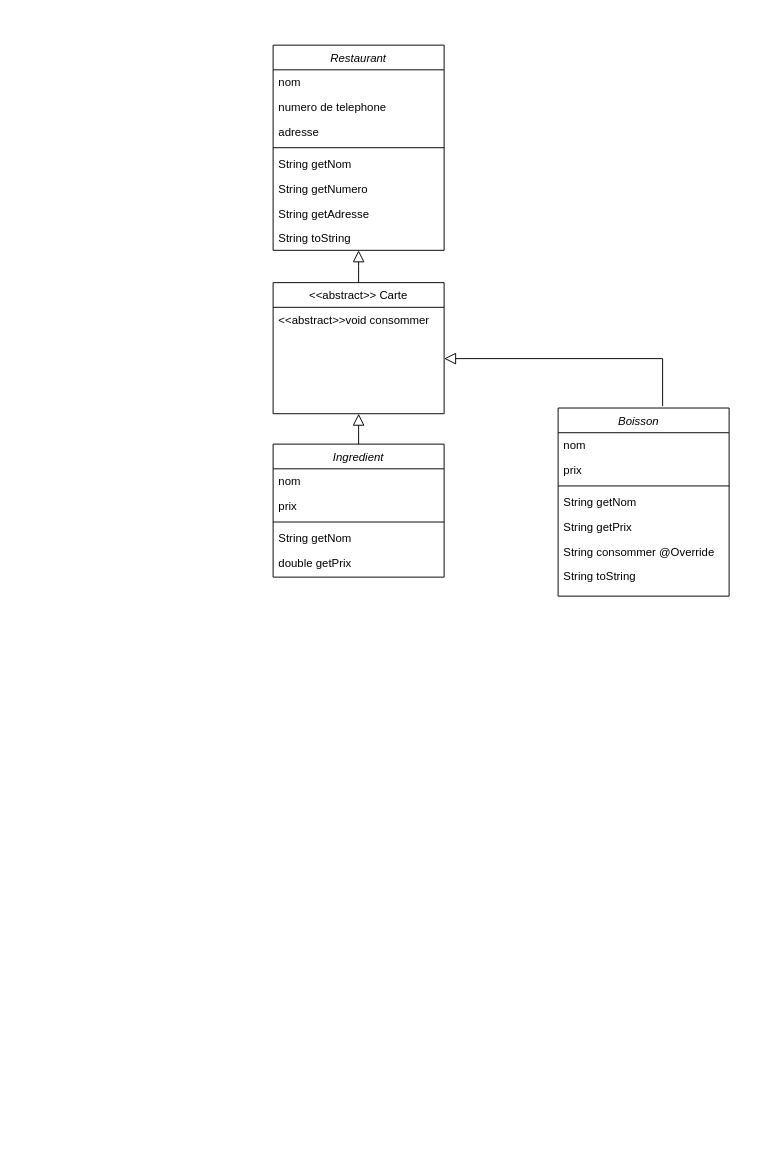
Above: Untitled Diagram.drawio in gadzana/gad1 (draw.io), before the change. Source tidied: cells renumbered, new cells numbered last; positions are measured from the earlier drawing's top-left corner, leaving out a move shared by most shapes. Both pictures are drawn from the tidied source at 95%, with x=0, y=0 at pixel (273, 45).
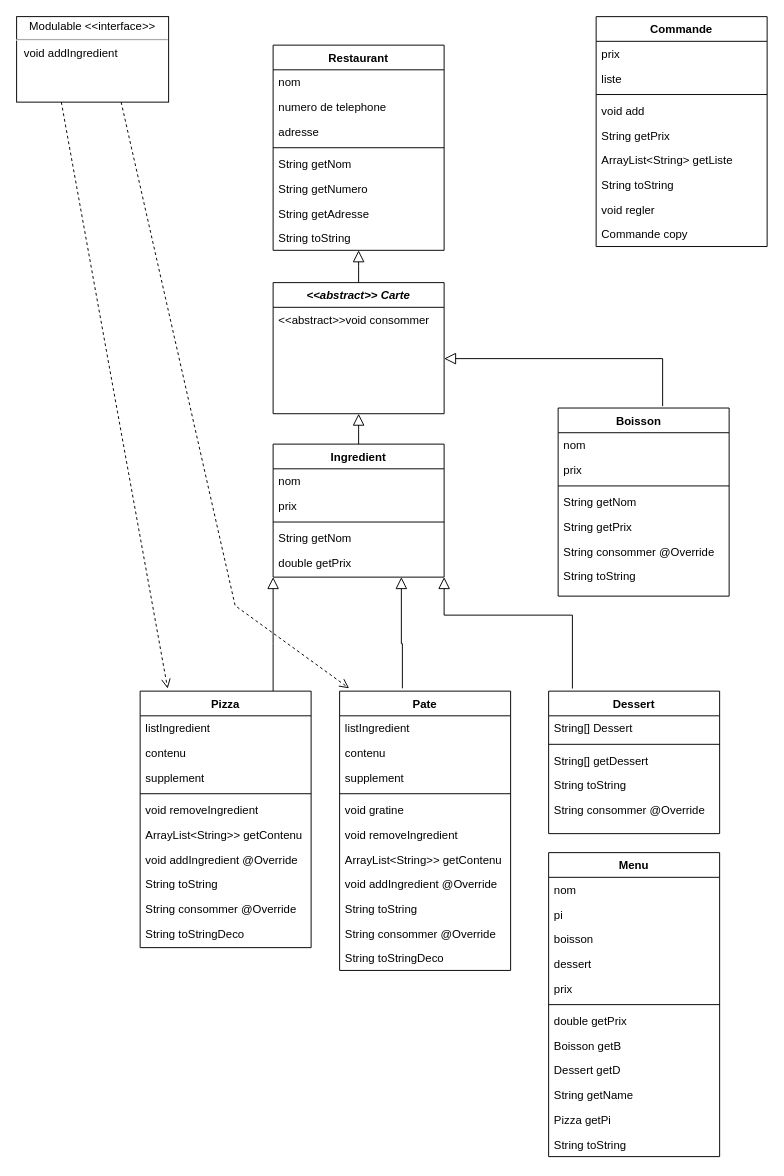
Above is the later version.

Commit message:
Diagramme UML Projet JAVA

The edit, as a diff of the source:
```diff
@@
-    <mxCell id="2" value="Restaurant" style="swimlane;fontStyle=2;align=center;verticalAlign=top;horizontal=1;startSize=26;rounded=0;shadow=0;strokeWidth=1;" parent="1" vertex="1">
+    <mxCell id="2" value="Restaurant" style="swimlane;fontStyle=1;align=center;verticalAlign=top;horizontal=1;startSize=26;rounded=0;shadow=0;strokeWidth=1;" parent="1" vertex="1">
       <mxGeometry width="180" height="216" as="geometry" />
     </mxCell>
@@
-    <mxCell id="11" value="&lt;&lt;abstract&gt;&gt; Carte" style="swimlane;fontStyle=0;align=center;verticalAlign=top;horizontal=1;startSize=26;rounded=0;shadow=0;strokeWidth=1;" parent="1" vertex="1">
+    <mxCell id="11" value="&lt;&lt;abstract&gt;&gt; Carte" style="swimlane;fontStyle=3;align=center;verticalAlign=top;horizontal=1;startSize=26;rounded=0;shadow=0;strokeWidth=1;" parent="1" vertex="1">
       <mxGeometry y="250" width="180" height="138" as="geometry" />
     </mxCell>
@@
-    <mxCell id="14" value="Ingredient" style="swimlane;fontStyle=2;align=center;verticalAlign=top;horizontal=1;startSize=26;rounded=0;shadow=0;strokeWidth=1;" parent="1" vertex="1">
+    <mxCell id="14" value="Ingredient" style="swimlane;fontStyle=1;align=center;verticalAlign=top;horizontal=1;startSize=26;rounded=0;shadow=0;strokeWidth=1;" parent="1" vertex="1">
       <mxGeometry y="420" width="180" height="140" as="geometry" />
     </mxCell>
@@
-    <mxCell id="21" value="Boisson   " style="swimlane;fontStyle=2;align=center;verticalAlign=top;horizontal=1;startSize=26;rounded=0;shadow=0;strokeWidth=1;" parent="1" vertex="1">
+    <mxCell id="21" value="Boisson   " style="swimlane;fontStyle=1;align=center;verticalAlign=top;horizontal=1;startSize=26;rounded=0;shadow=0;strokeWidth=1;" parent="1" vertex="1">
       <mxGeometry x="300" y="382" width="180" height="198" as="geometry" />
     </mxCell>
@@
+    <mxCell id="30" value="&lt;p style=&quot;margin: 4px 0px 0px ; text-align: center&quot;&gt;Modulable &amp;lt;&amp;lt;interface&amp;gt;&amp;gt;&lt;/p&gt;&lt;hr&gt;&lt;p style=&quot;margin: 0px ; margin-left: 8px&quot;&gt;void addIngredient&amp;nbsp;&lt;/p&gt;" style="verticalAlign=top;align=left;overflow=fill;fontSize=12;fontFamily=Helvetica;html=1;" parent="1" vertex="1">
+      <mxGeometry x="-270" y="-30" width="160" height="90" as="geometry" />
+    </mxCell>
+    <mxCell id="31" style="html=1;verticalAlign=bottom;endArrow=open;dashed=1;endSize=8;rounded=0;exitX=0.294;exitY=1;exitDx=0;exitDy=0;exitPerimeter=0;entryX=0.161;entryY=-0.01;entryDx=0;entryDy=0;entryPerimeter=0;" parent="1" edge="1" source="30" target="53">
+      <mxGeometry relative="1" as="geometry" />
+    </mxCell>
+    <mxCell id="32" style="endArrow=block;endSize=10;endFill=0;shadow=0;strokeWidth=1;rounded=0;edgeStyle=elbowEdgeStyle;elbow=vertical;exitX=0.139;exitY=-0.018;exitDx=0;exitDy=0;exitPerimeter=0;" parent="1" edge="1" source="47">
+      <mxGeometry relative="1" as="geometry">
+        <mxPoint x="180" y="560" as="targetPoint" />
+        <Array as="points">
+          <mxPoint x="310" y="600" />
+        </Array>
+      </mxGeometry>
+    </mxCell>
+    <mxCell id="33" style="endArrow=block;endSize=10;endFill=0;shadow=0;strokeWidth=1;rounded=0;edgeStyle=elbowEdgeStyle;elbow=vertical;entryX=0.75;entryY=1;entryDx=0;entryDy=0;exitX=0.367;exitY=-0.01;exitDx=0;exitDy=0;exitPerimeter=0;" parent="1" edge="1" source="35" target="14">
+      <mxGeometry relative="1" as="geometry">
+        <Array as="points">
+          <mxPoint x="30" y="630" />
+        </Array>
+      </mxGeometry>
+    </mxCell>
+    <mxCell id="34" style="endArrow=block;endSize=10;endFill=0;shadow=0;strokeWidth=1;rounded=0;edgeStyle=elbowEdgeStyle;elbow=vertical;entryX=0;entryY=1;entryDx=0;entryDy=0;" parent="1" edge="1" target="14">
+      <mxGeometry relative="1" as="geometry">
+        <mxPoint y="680" as="sourcePoint" />
+        <Array as="points">
+          <mxPoint x="-110" y="630" />
+        </Array>
+      </mxGeometry>
+    </mxCell>
+    <mxCell id="35" value="Pate" style="swimlane;fontStyle=1;align=center;verticalAlign=top;horizontal=1;startSize=26;rounded=0;shadow=0;strokeWidth=1;" parent="1" vertex="1">
+      <mxGeometry x="70" y="680" width="180" height="294" as="geometry" />
+    </mxCell>
+    <mxCell id="36" value="listIngredient" style="text;align=left;verticalAlign=top;spacingLeft=4;spacingRight=4;overflow=hidden;" parent="35" vertex="1">
+      <mxGeometry y="26" width="180" height="26" as="geometry" />
+    </mxCell>
+    <mxCell id="37" value="contenu" style="text;align=left;verticalAlign=top;spacingLeft=4;spacingRight=4;overflow=hidden;rounded=0;shadow=0;html=0;" parent="35" vertex="1">
+      <mxGeometry y="52" width="180" height="26" as="geometry" />
+    </mxCell>
+    <mxCell id="38" value="supplement" style="text;align=left;verticalAlign=top;spacingLeft=4;spacingRight=4;overflow=hidden;" parent="35" vertex="1">
+      <mxGeometry y="78" width="180" height="26" as="geometry" />
+    </mxCell>
+    <mxCell id="39" style="line;html=1;strokeWidth=1;align=left;verticalAlign=middle;spacingTop=-1;spacingLeft=3;spacingRight=3;labelPosition=right;" parent="35" vertex="1">
+      <mxGeometry y="104" width="180" height="8" as="geometry" />
+    </mxCell>
+    <mxCell id="40" value="void gratine" style="text;align=left;verticalAlign=top;spacingLeft=4;spacingRight=4;overflow=hidden;" parent="35" vertex="1">
+      <mxGeometry y="112" width="180" height="26" as="geometry" />
+    </mxCell>
+    <mxCell id="41" value="void removeIngredient" style="text;align=left;verticalAlign=top;spacingLeft=4;spacingRight=4;overflow=hidden;rounded=0;shadow=0;html=0;" parent="35" vertex="1">
+      <mxGeometry y="138" width="180" height="26" as="geometry" />
+    </mxCell>
+    <mxCell id="42" value="ArrayList&lt;String&gt;&gt; getContenu" style="text;align=left;verticalAlign=top;spacingLeft=4;spacingRight=4;overflow=hidden;rounded=0;shadow=0;html=0;" parent="35" vertex="1">
+      <mxGeometry y="164" width="180" height="26" as="geometry" />
+    </mxCell>
+    <mxCell id="43" value="void addIngredient @Override" style="text;align=left;verticalAlign=top;spacingLeft=4;spacingRight=4;overflow=hidden;rounded=0;shadow=0;html=0;" parent="35" vertex="1">
+      <mxGeometry y="190" width="180" height="26" as="geometry" />
+    </mxCell>
+    <mxCell id="44" value="String toString" style="text;align=left;verticalAlign=top;spacingLeft=4;spacingRight=4;overflow=hidden;rounded=0;shadow=0;html=0;" parent="35" vertex="1">
+      <mxGeometry y="216" width="180" height="26" as="geometry" />
+    </mxCell>
+    <mxCell id="45" value="String consommer @Override" style="text;align=left;verticalAlign=top;spacingLeft=4;spacingRight=4;overflow=hidden;rounded=0;shadow=0;html=0;" parent="35" vertex="1">
+      <mxGeometry y="242" width="180" height="26" as="geometry" />
+    </mxCell>
+    <mxCell id="46" value="String toStringDeco" style="text;align=left;verticalAlign=top;spacingLeft=4;spacingRight=4;overflow=hidden;rounded=0;shadow=0;html=0;" parent="35" vertex="1">
+      <mxGeometry y="268" width="180" height="26" as="geometry" />
+    </mxCell>
+    <mxCell id="47" value="Dessert" style="swimlane;fontStyle=1;align=center;verticalAlign=top;horizontal=1;startSize=26;rounded=0;shadow=0;strokeWidth=1;" parent="1" vertex="1">
+      <mxGeometry x="290" y="680" width="180" height="150" as="geometry" />
+    </mxCell>
+    <mxCell id="48" value="String[] Dessert" style="text;align=left;verticalAlign=top;spacingLeft=4;spacingRight=4;overflow=hidden;" parent="47" vertex="1">
+      <mxGeometry y="26" width="180" height="26" as="geometry" />
+    </mxCell>
+    <mxCell id="49" style="line;html=1;strokeWidth=1;align=left;verticalAlign=middle;spacingTop=-1;spacingLeft=3;spacingRight=3;labelPosition=right;" parent="47" vertex="1">
+      <mxGeometry y="52" width="180" height="8" as="geometry" />
+    </mxCell>
+    <mxCell id="50" value="String[] getDessert" style="text;align=left;verticalAlign=top;spacingLeft=4;spacingRight=4;overflow=hidden;" parent="47" vertex="1">
+      <mxGeometry y="60" width="180" height="26" as="geometry" />
+    </mxCell>
+    <mxCell id="51" value="String toString " style="text;align=left;verticalAlign=top;spacingLeft=4;spacingRight=4;overflow=hidden;" parent="47" vertex="1">
+      <mxGeometry y="86" width="180" height="26" as="geometry" />
+    </mxCell>
+    <mxCell id="52" value="String consommer @Override" style="text;align=left;verticalAlign=top;spacingLeft=4;spacingRight=4;overflow=hidden;" parent="47" vertex="1">
+      <mxGeometry y="112" width="180" height="26" as="geometry" />
+    </mxCell>
+    <mxCell id="53" value="Pizza" style="swimlane;fontStyle=1;align=center;verticalAlign=top;horizontal=1;startSize=26;rounded=0;shadow=0;strokeWidth=1;" parent="1" vertex="1">
+      <mxGeometry x="-140" y="680" width="180" height="270" as="geometry" />
+    </mxCell>
+    <mxCell id="54" value="listIngredient" style="text;align=left;verticalAlign=top;spacingLeft=4;spacingRight=4;overflow=hidden;" parent="53" vertex="1">
+      <mxGeometry y="26" width="180" height="26" as="geometry" />
+    </mxCell>
+    <mxCell id="55" value="contenu" style="text;align=left;verticalAlign=top;spacingLeft=4;spacingRight=4;overflow=hidden;rounded=0;shadow=0;html=0;" parent="53" vertex="1">
+      <mxGeometry y="52" width="180" height="26" as="geometry" />
+    </mxCell>
+    <mxCell id="56" value="supplement" style="text;align=left;verticalAlign=top;spacingLeft=4;spacingRight=4;overflow=hidden;" parent="53" vertex="1">
+      <mxGeometry y="78" width="180" height="26" as="geometry" />
+    </mxCell>
+    <mxCell id="57" style="line;html=1;strokeWidth=1;align=left;verticalAlign=middle;spacingTop=-1;spacingLeft=3;spacingRight=3;labelPosition=right;" parent="53" vertex="1">
+      <mxGeometry y="104" width="180" height="8" as="geometry" />
+    </mxCell>
+    <mxCell id="58" value="void removeIngredient" style="text;align=left;verticalAlign=top;spacingLeft=4;spacingRight=4;overflow=hidden;rounded=0;shadow=0;html=0;" parent="53" vertex="1">
+      <mxGeometry y="112" width="180" height="26" as="geometry" />
+    </mxCell>
+    <mxCell id="59" value="ArrayList&lt;String&gt;&gt; getContenu" style="text;align=left;verticalAlign=top;spacingLeft=4;spacingRight=4;overflow=hidden;rounded=0;shadow=0;html=0;" parent="53" vertex="1">
+      <mxGeometry y="138" width="180" height="26" as="geometry" />
+    </mxCell>
+    <mxCell id="60" value="void addIngredient @Override" style="text;align=left;verticalAlign=top;spacingLeft=4;spacingRight=4;overflow=hidden;rounded=0;shadow=0;html=0;" parent="53" vertex="1">
+      <mxGeometry y="164" width="180" height="26" as="geometry" />
+    </mxCell>
+    <mxCell id="61" value="String toString" style="text;align=left;verticalAlign=top;spacingLeft=4;spacingRight=4;overflow=hidden;rounded=0;shadow=0;html=0;" parent="53" vertex="1">
+      <mxGeometry y="190" width="180" height="26" as="geometry" />
+    </mxCell>
+    <mxCell id="62" value="String consommer @Override" style="text;align=left;verticalAlign=top;spacingLeft=4;spacingRight=4;overflow=hidden;rounded=0;shadow=0;html=0;" parent="53" vertex="1">
+      <mxGeometry y="216" width="180" height="26" as="geometry" />
+    </mxCell>
+    <mxCell id="63" value="String toStringDeco" style="text;align=left;verticalAlign=top;spacingLeft=4;spacingRight=4;overflow=hidden;rounded=0;shadow=0;html=0;" parent="53" vertex="1">
+      <mxGeometry y="242" width="180" height="26" as="geometry" />
+    </mxCell>
+    <mxCell id="64" style="html=1;verticalAlign=bottom;endArrow=open;dashed=1;endSize=8;rounded=0;exitX=0.294;exitY=1;exitDx=0;exitDy=0;exitPerimeter=0;" parent="1" edge="1">
+      <mxGeometry relative="1" as="geometry">
+        <mxPoint x="-160" y="60" as="sourcePoint" />
+        <mxPoint x="80" y="677" as="targetPoint" />
+        <Array as="points">
+          <mxPoint x="-40" y="590" />
+        </Array>
+      </mxGeometry>
+    </mxCell>
+    <mxCell id="65" value="Commande" style="swimlane;fontStyle=1;align=center;verticalAlign=top;horizontal=1;startSize=26;rounded=0;shadow=0;strokeWidth=1;" parent="1" vertex="1">
+      <mxGeometry x="340" y="-30" width="180" height="242" as="geometry" />
+    </mxCell>
+    <mxCell id="66" value="prix" style="text;align=left;verticalAlign=top;spacingLeft=4;spacingRight=4;overflow=hidden;" parent="65" vertex="1">
+      <mxGeometry y="26" width="180" height="26" as="geometry" />
+    </mxCell>
+    <mxCell id="67" value="liste" style="text;align=left;verticalAlign=top;spacingLeft=4;spacingRight=4;overflow=hidden;rounded=0;shadow=0;html=0;" parent="65" vertex="1">
+      <mxGeometry y="52" width="180" height="26" as="geometry" />
+    </mxCell>
+    <mxCell id="68" style="line;html=1;strokeWidth=1;align=left;verticalAlign=middle;spacingTop=-1;spacingLeft=3;spacingRight=3;labelPosition=right;" parent="65" vertex="1">
+      <mxGeometry y="78" width="180" height="8" as="geometry" />
+    </mxCell>
+    <mxCell id="69" value="void add" style="text;align=left;verticalAlign=top;spacingLeft=4;spacingRight=4;overflow=hidden;" parent="65" vertex="1">
+      <mxGeometry y="86" width="180" height="26" as="geometry" />
+    </mxCell>
+    <mxCell id="70" value="String getPrix" style="text;align=left;verticalAlign=top;spacingLeft=4;spacingRight=4;overflow=hidden;" parent="65" vertex="1">
+      <mxGeometry y="112" width="180" height="26" as="geometry" />
+    </mxCell>
+    <mxCell id="71" value="ArrayList&lt;String&gt; getListe" style="text;align=left;verticalAlign=top;spacingLeft=4;spacingRight=4;overflow=hidden;" parent="65" vertex="1">
+      <mxGeometry y="138" width="180" height="26" as="geometry" />
+    </mxCell>
+    <mxCell id="72" value="String toString" style="text;align=left;verticalAlign=top;spacingLeft=4;spacingRight=4;overflow=hidden;" parent="65" vertex="1">
+      <mxGeometry y="164" width="180" height="26" as="geometry" />
+    </mxCell>
+    <mxCell id="73" value="void regler" style="text;align=left;verticalAlign=top;spacingLeft=4;spacingRight=4;overflow=hidden;" parent="65" vertex="1">
+      <mxGeometry y="190" width="180" height="26" as="geometry" />
+    </mxCell>
+    <mxCell id="74" value="Commande copy" style="text;align=left;verticalAlign=top;spacingLeft=4;spacingRight=4;overflow=hidden;" parent="65" vertex="1">
+      <mxGeometry y="216" width="180" height="26" as="geometry" />
+    </mxCell>
+    <mxCell id="75" value="Menu" style="swimlane;fontStyle=1;align=center;verticalAlign=top;horizontal=1;startSize=26;rounded=0;shadow=0;strokeWidth=1;" parent="1" vertex="1">
+      <mxGeometry x="290" y="850" width="180" height="320" as="geometry" />
+    </mxCell>
+    <mxCell id="76" value="nom" style="text;align=left;verticalAlign=top;spacingLeft=4;spacingRight=4;overflow=hidden;" parent="75" vertex="1">
+      <mxGeometry y="26" width="180" height="26" as="geometry" />
+    </mxCell>
+    <mxCell id="77" value="pi" style="text;align=left;verticalAlign=top;spacingLeft=4;spacingRight=4;overflow=hidden;rounded=0;shadow=0;html=0;" parent="75" vertex="1">
+      <mxGeometry y="52" width="180" height="26" as="geometry" />
+    </mxCell>
+    <mxCell id="78" value="boisson" style="text;align=left;verticalAlign=top;spacingLeft=4;spacingRight=4;overflow=hidden;rounded=0;shadow=0;html=0;" parent="75" vertex="1">
+      <mxGeometry y="78" width="180" height="26" as="geometry" />
+    </mxCell>
+    <mxCell id="79" value="dessert" style="text;align=left;verticalAlign=top;spacingLeft=4;spacingRight=4;overflow=hidden;" parent="75" vertex="1">
+      <mxGeometry y="104" width="180" height="26" as="geometry" />
+    </mxCell>
+    <mxCell id="80" value="prix" style="text;align=left;verticalAlign=top;spacingLeft=4;spacingRight=4;overflow=hidden;" parent="75" vertex="1">
+      <mxGeometry y="130" width="180" height="26" as="geometry" />
+    </mxCell>
+    <mxCell id="81" style="line;html=1;strokeWidth=1;align=left;verticalAlign=middle;spacingTop=-1;spacingLeft=3;spacingRight=3;labelPosition=right;" parent="75" vertex="1">
+      <mxGeometry y="156" width="180" height="8" as="geometry" />
+    </mxCell>
+    <mxCell id="82" value="double getPrix" style="text;align=left;verticalAlign=top;spacingLeft=4;spacingRight=4;overflow=hidden;" parent="75" vertex="1">
+      <mxGeometry y="164" width="180" height="26" as="geometry" />
+    </mxCell>
+    <mxCell id="83" value="Boisson getB" style="text;align=left;verticalAlign=top;spacingLeft=4;spacingRight=4;overflow=hidden;rounded=0;shadow=0;html=0;" parent="75" vertex="1">
+      <mxGeometry y="190" width="180" height="26" as="geometry" />
+    </mxCell>
+    <mxCell id="84" value="Dessert getD" style="text;align=left;verticalAlign=top;spacingLeft=4;spacingRight=4;overflow=hidden;rounded=0;shadow=0;html=0;" parent="75" vertex="1">
+      <mxGeometry y="216" width="180" height="26" as="geometry" />
+    </mxCell>
+    <mxCell id="85" value="String getName" style="text;align=left;verticalAlign=top;spacingLeft=4;spacingRight=4;overflow=hidden;rounded=0;shadow=0;html=0;" parent="75" vertex="1">
+      <mxGeometry y="242" width="180" height="26" as="geometry" />
+    </mxCell>
+    <mxCell id="86" value="Pizza getPi" style="text;align=left;verticalAlign=top;spacingLeft=4;spacingRight=4;overflow=hidden;rounded=0;shadow=0;html=0;" parent="75" vertex="1">
+      <mxGeometry y="268" width="180" height="26" as="geometry" />
+    </mxCell>
+    <mxCell id="87" value="String toString" style="text;align=left;verticalAlign=top;spacingLeft=4;spacingRight=4;overflow=hidden;" parent="75" vertex="1">
+      <mxGeometry y="294" width="180" height="26" as="geometry" />
+    </mxCell>
```
